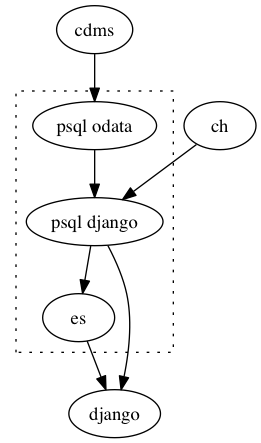
Before: docs/assets/korben-data-flow.png, a diagram exported from Graphviz (uktrade/data-hub-korben). Its source is kept beside it as docs/assets/korben-data-flow.dot. Source of this version:
```dot
digraph "Build Process" {
    psql_django[label="psql django"];
    psql_odata[label="psql odata"];

    cdms -> psql_odata;
    subgraph cluster_korben {
        psql_odata -> psql_django;
        psql_django -> es;
        es;
        label="";
        graph[style=dotted];
    }
    ch -> psql_django;
    psql_django -> django;
    es -> django;
}
```
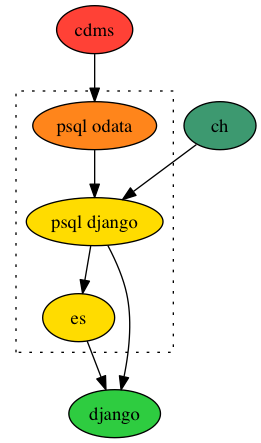
Above is the later version.

Change to the diagram source:
```diff
@@ -1,6 +1,12 @@
 digraph "Build Process" {
-    psql_django[label="psql django"];
-    psql_odata[label="psql odata"];
+    node[style=filled];
+
+    cdms[fillcolor="#FF4136"];
+    psql_odata[fillcolor="#FF851B" label="psql odata"];
+    ch[fillcolor="#3D9970"];
+    psql_django[fillcolor="#FFDC00" label="psql django"];
+    es[fillcolor="#FFDC00"];
+    django[fillcolor="#2ECC40"];
 
     cdms -> psql_odata;
     subgraph cluster_korben {
```
